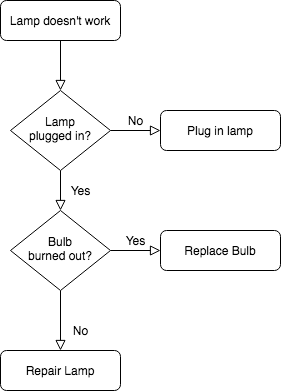
Before: scm-test-web/Untitled Diagram.png, a diagram exported from draw.io (yygymmmmsee/scm-test). Source tidied: cells renumbered, new cells last; positions are measured from the earlier drawing's top-left corner, leaving out a move shared by most shapes.
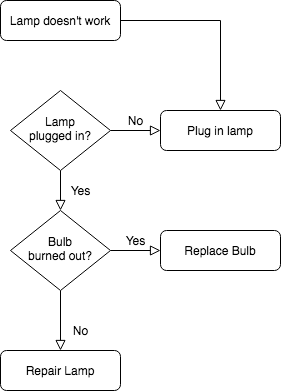
The same diagram one commit later.

What changed in the source:
```diff
@@ -2,7 +2,7 @@
   <root>
     <mxCell id="0" />
     <mxCell id="1" parent="0" />
-    <mxCell id="2" style="rounded=0;html=1;jettySize=auto;fontSize=11;endArrow=block;endFill=0;endSize=8;strokeWidth=1;shadow=0;labelBackgroundColor=none;edgeStyle=orthogonalEdgeStyle;" parent="1" edge="1" source="3" target="6">
+    <mxCell id="2" style="rounded=0;html=1;jettySize=auto;fontSize=11;endArrow=block;endFill=0;endSize=8;strokeWidth=1;shadow=0;labelBackgroundColor=none;edgeStyle=orthogonalEdgeStyle;entryX=0.5;entryY=0;entryDx=0;entryDy=0;" parent="1" edge="1" source="3" target="7">
       <mxGeometry relative="1" as="geometry" />
     </mxCell>
     <mxCell id="3" value="Lamp doesn't work" style="rounded=1;whiteSpace=wrap;html=1;fontSize=12;glass=0;strokeWidth=1;shadow=0;" parent="1" vertex="1">
```
